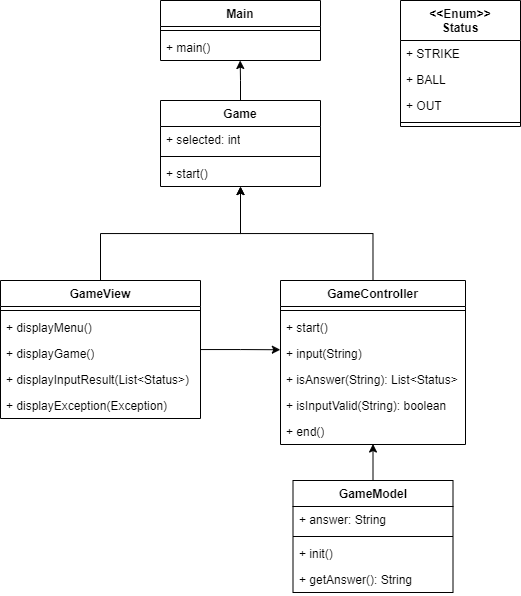
Before: read_me_img/lv2_class_diagram.png, a diagram exported from draw.io (Hae-Dal/NumberBaseball). Source tidied: cells renumbered, new cells last; positions are measured from the earlier drawing's top-left corner, leaving out a move shared by most shapes.
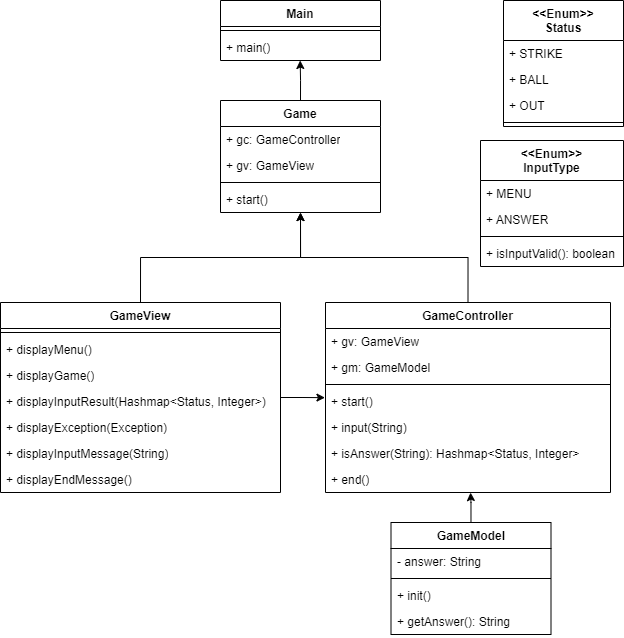
The same diagram one commit later.

Commit message:
변경 : lv2 클래스 다이어그램 변경, 구현 진행 상황 최신화

What changed in the source:
```diff
@@ -3,7 +3,7 @@
     <mxCell id="0" />
     <mxCell id="1" parent="0" />
     <mxCell id="2" value="Main" style="swimlane;fontStyle=1;align=center;verticalAlign=top;horizontal=1;startSize=26;whiteSpace=wrap;html=1;" parent="1" vertex="1">
-      <mxGeometry x="160" width="160" height="60" as="geometry" />
+      <mxGeometry x="80" y="-10" width="160" height="60" as="geometry" />
     </mxCell>
     <mxCell id="3" style="line;strokeWidth=1;fillColor=none;align=left;verticalAlign=middle;spacingTop=-1;spacingLeft=3;spacingRight=3;labelPosition=right;strokeColor=inherit;" parent="2" vertex="1">
       <mxGeometry y="26" width="160" height="8" as="geometry" />
@@ -12,47 +12,59 @@
       <mxGeometry y="34" width="160" height="26" as="geometry" />
     </mxCell>
     <mxCell id="5" value="Game" style="swimlane;fontStyle=1;align=center;verticalAlign=top;horizontal=1;startSize=26;whiteSpace=wrap;html=1;" parent="1" vertex="1">
-      <mxGeometry x="160" y="100" width="160" height="86" as="geometry" />
+      <mxGeometry x="80" y="90" width="160" height="112" as="geometry" />
     </mxCell>
-    <mxCell id="6" value="+ selected: int" style="text;strokeColor=none;fillColor=none;align=left;verticalAlign=top;spacingLeft=4;spacingRight=4;overflow=hidden;whiteSpace=wrap;html=1;" parent="5" vertex="1">
-      <mxGeometry y="26" width="160" height="26" as="geometry" />
-    </mxCell>
-    <mxCell id="7" style="line;strokeWidth=1;fillColor=none;align=left;verticalAlign=middle;spacingTop=-1;spacingLeft=3;spacingRight=3;labelPosition=right;strokeColor=inherit;" parent="5" vertex="1">
-      <mxGeometry y="52" width="160" height="8" as="geometry" />
-    </mxCell>
-    <mxCell id="8" value="+ start()" style="text;strokeColor=none;fillColor=none;align=left;verticalAlign=top;spacingLeft=4;spacingRight=4;overflow=hidden;points=[[0,0.5],[1,0.5]];portConstraint=eastwest;whiteSpace=wrap;html=1;" parent="5" vertex="1">
-      <mxGeometry y="60" width="160" height="26" as="geometry" />
-    </mxCell>
-    <mxCell id="9" style="edgeStyle=orthogonalEdgeStyle;rounded=0;jettySize=auto;html=1;entryX=-0.001;entryY=0.356;entryDx=0;entryDy=0;entryPerimeter=0;" parent="1" edge="1" source="10" target="24">
-      <mxGeometry relative="1" as="geometry" />
-    </mxCell>
+    <mxCell id="37" value="+ gc: GameController" style="text;strokeColor=none;fillColor=none;align=left;verticalAlign=top;spacingLeft=4;spacingRight=4;overflow=hidden;whiteSpace=wrap;html=1;" parent="5" vertex="1">
+      <mxGeometry y="26" width="160" height="26" as="geometry" />
+    </mxCell>
+    <mxCell id="38" value="+ gv: GameView" style="text;strokeColor=none;fillColor=none;align=left;verticalAlign=top;spacingLeft=4;spacingRight=4;overflow=hidden;whiteSpace=wrap;html=1;" parent="5" vertex="1">
+      <mxGeometry y="52" width="160" height="26" as="geometry" />
+    </mxCell>
+    <mxCell id="39" style="line;strokeWidth=1;fillColor=none;align=left;verticalAlign=middle;spacingTop=-1;spacingLeft=3;spacingRight=3;labelPosition=right;strokeColor=inherit;" parent="5" vertex="1">
+      <mxGeometry y="78" width="160" height="8" as="geometry" />
+    </mxCell>
+    <mxCell id="40" value="+ start()" style="text;strokeColor=none;fillColor=none;align=left;verticalAlign=top;spacingLeft=4;spacingRight=4;overflow=hidden;points=[[0,0.5],[1,0.5]];portConstraint=eastwest;whiteSpace=wrap;html=1;" parent="5" vertex="1">
+      <mxGeometry y="86" width="160" height="26" as="geometry" />
+    </mxCell>
+    <mxCell id="41" style="edgeStyle=orthogonalEdgeStyle;rounded=0;jettySize=auto;html=1;entryX=-0.002;entryY=0.352;entryDx=0;entryDy=0;entryPerimeter=0;" parent="1" edge="1" source="10" target="51">
+      <mxGeometry relative="1" as="geometry" />
+    </mxCell>
     <mxCell id="10" value="GameView" style="swimlane;fontStyle=1;align=center;verticalAlign=top;horizontal=1;startSize=26;whiteSpace=wrap;html=1;" parent="1" vertex="1">
-      <mxGeometry y="280" width="200" height="138" as="geometry" />
+      <mxGeometry x="-140" y="292" width="280" height="190" as="geometry" />
     </mxCell>
-    <mxCell id="11" style="line;strokeWidth=1;fillColor=none;align=left;verticalAlign=middle;spacingTop=-1;spacingLeft=3;spacingRight=3;labelPosition=right;strokeColor=inherit;" parent="10" vertex="1">
-      <mxGeometry y="26" width="200" height="8" as="geometry" />
-    </mxCell>
+    <mxCell id="42" style="line;strokeWidth=1;fillColor=none;align=left;verticalAlign=middle;spacingTop=-1;spacingLeft=3;spacingRight=3;labelPosition=right;strokeColor=inherit;" parent="10" vertex="1">
+      <mxGeometry y="26" width="280" height="8" as="geometry" />
+    </mxCell>
     <mxCell id="12" value="+ displayMenu()" style="text;strokeColor=none;fillColor=none;align=left;verticalAlign=top;spacingLeft=4;spacingRight=4;overflow=hidden;whiteSpace=wrap;html=1;" parent="10" vertex="1">
-      <mxGeometry y="34" width="200" height="26" as="geometry" />
+      <mxGeometry y="34" width="280" height="26" as="geometry" />
     </mxCell>
     <mxCell id="13" value="+ displayGame()" style="text;strokeColor=none;fillColor=none;align=left;verticalAlign=top;spacingLeft=4;spacingRight=4;overflow=hidden;whiteSpace=wrap;html=1;" parent="10" vertex="1">
-      <mxGeometry y="60" width="200" height="26" as="geometry" />
+      <mxGeometry y="60" width="280" height="26" as="geometry" />
     </mxCell>
-    <mxCell id="14" value="+ displayInputResult(List&amp;lt;Status&amp;gt;)" style="text;strokeColor=none;fillColor=none;align=left;verticalAlign=top;spacingLeft=4;spacingRight=4;overflow=hidden;whiteSpace=wrap;html=1;" parent="10" vertex="1">
-      <mxGeometry y="86" width="200" height="26" as="geometry" />
-    </mxCell>
+    <mxCell id="43" value="+ displayInputResult(Hashmap&amp;lt;Status, Integer&amp;gt;)" style="text;strokeColor=none;fillColor=none;align=left;verticalAlign=top;spacingLeft=4;spacingRight=4;overflow=hidden;whiteSpace=wrap;html=1;" parent="10" vertex="1">
+      <mxGeometry y="86" width="280" height="26" as="geometry" />
+    </mxCell>
     <mxCell id="15" value="+ displayException(Exception)" style="text;strokeColor=none;fillColor=none;align=left;verticalAlign=top;spacingLeft=4;spacingRight=4;overflow=hidden;whiteSpace=wrap;html=1;" parent="10" vertex="1">
-      <mxGeometry y="112" width="200" height="26" as="geometry" />
+      <mxGeometry y="112" width="280" height="26" as="geometry" />
     </mxCell>
+    <mxCell id="44" value="+ displayInputMessage(String)" style="text;strokeColor=none;fillColor=none;align=left;verticalAlign=top;spacingLeft=4;spacingRight=4;overflow=hidden;whiteSpace=wrap;html=1;" parent="10" vertex="1">
+      <mxGeometry y="138" width="280" height="26" as="geometry" />
+    </mxCell>
+    <mxCell id="45" value="+ displayEndMessage()" style="text;strokeColor=none;fillColor=none;align=left;verticalAlign=top;spacingLeft=4;spacingRight=4;overflow=hidden;whiteSpace=wrap;html=1;" parent="10" vertex="1">
+      <mxGeometry y="164" width="280" height="26" as="geometry" />
+    </mxCell>
+    <mxCell id="35" style="edgeStyle=orthogonalEdgeStyle;rounded=0;jettySize=auto;html=1;entryX=0.509;entryY=1.004;entryDx=0;entryDy=0;entryPerimeter=0;" parent="1" edge="1" source="16" target="27">
+      <mxGeometry relative="1" as="geometry" />
+    </mxCell>
     <mxCell id="16" value="GameModel" style="swimlane;fontStyle=1;align=center;verticalAlign=top;horizontal=1;startSize=26;whiteSpace=wrap;html=1;" parent="1" vertex="1">
-      <mxGeometry x="292.5" y="480" width="160" height="112" as="geometry" />
+      <mxGeometry x="250.5" y="512" width="160" height="112" as="geometry" />
     </mxCell>
-    <mxCell id="17" value="+ answer: String" style="text;strokeColor=none;fillColor=none;align=left;verticalAlign=top;spacingLeft=4;spacingRight=4;overflow=hidden;whiteSpace=wrap;html=1;" parent="16" vertex="1">
-      <mxGeometry y="26" width="160" height="26" as="geometry" />
-    </mxCell>
-    <mxCell id="18" style="line;strokeWidth=1;fillColor=none;align=left;verticalAlign=middle;spacingTop=-1;spacingLeft=3;spacingRight=3;labelPosition=right;strokeColor=inherit;" parent="16" vertex="1">
-      <mxGeometry y="52" width="160" height="8" as="geometry" />
-    </mxCell>
+    <mxCell id="46" value="- answer: String" style="text;strokeColor=none;fillColor=none;align=left;verticalAlign=top;spacingLeft=4;spacingRight=4;overflow=hidden;whiteSpace=wrap;html=1;" parent="16" vertex="1">
+      <mxGeometry y="26" width="160" height="26" as="geometry" />
+    </mxCell>
+    <mxCell id="47" style="line;strokeWidth=1;fillColor=none;align=left;verticalAlign=middle;spacingTop=-1;spacingLeft=3;spacingRight=3;labelPosition=right;strokeColor=inherit;" parent="16" vertex="1">
+      <mxGeometry y="52" width="160" height="8" as="geometry" />
+    </mxCell>
     <mxCell id="19" value="+ init()" style="text;strokeColor=none;fillColor=none;align=left;verticalAlign=top;spacingLeft=4;spacingRight=4;overflow=hidden;whiteSpace=wrap;html=1;" parent="16" vertex="1">
       <mxGeometry y="60" width="160" height="26" as="geometry" />
     </mxCell>
@@ -60,28 +72,31 @@
       <mxGeometry y="86" width="160" height="26" as="geometry" />
     </mxCell>
     <mxCell id="21" value="GameController" style="swimlane;fontStyle=1;align=center;verticalAlign=top;horizontal=1;startSize=26;whiteSpace=wrap;html=1;" parent="1" vertex="1">
-      <mxGeometry x="280" y="280" width="185" height="164" as="geometry" />
+      <mxGeometry x="185" y="292" width="285" height="190" as="geometry" />
     </mxCell>
-    <mxCell id="22" style="line;strokeWidth=1;fillColor=none;align=left;verticalAlign=middle;spacingTop=-1;spacingLeft=3;spacingRight=3;labelPosition=right;strokeColor=inherit;" parent="21" vertex="1">
-      <mxGeometry y="26" width="185" height="8" as="geometry" />
-    </mxCell>
-    <mxCell id="23" value="+ start()" style="text;strokeColor=none;fillColor=none;align=left;verticalAlign=top;spacingLeft=4;spacingRight=4;overflow=hidden;whiteSpace=wrap;html=1;" parent="21" vertex="1">
-      <mxGeometry y="34" width="185" height="26" as="geometry" />
-    </mxCell>
+    <mxCell id="48" value="+ gv: GameView" style="text;strokeColor=none;fillColor=none;align=left;verticalAlign=top;spacingLeft=4;spacingRight=4;overflow=hidden;whiteSpace=wrap;html=1;" parent="21" vertex="1">
+      <mxGeometry y="26" width="285" height="26" as="geometry" />
+    </mxCell>
+    <mxCell id="49" value="+ gm: GameModel" style="text;strokeColor=none;fillColor=none;align=left;verticalAlign=top;spacingLeft=4;spacingRight=4;overflow=hidden;whiteSpace=wrap;html=1;" parent="21" vertex="1">
+      <mxGeometry y="52" width="285" height="26" as="geometry" />
+    </mxCell>
+    <mxCell id="50" style="line;strokeWidth=1;fillColor=none;align=left;verticalAlign=middle;spacingTop=-1;spacingLeft=3;spacingRight=3;labelPosition=right;strokeColor=inherit;" parent="21" vertex="1">
+      <mxGeometry y="78" width="285" height="8" as="geometry" />
+    </mxCell>
+    <mxCell id="51" value="+ start()" style="text;strokeColor=none;fillColor=none;align=left;verticalAlign=top;spacingLeft=4;spacingRight=4;overflow=hidden;points=[[0,0.5],[1,0.5]];portConstraint=eastwest;whiteSpace=wrap;html=1;" parent="21" vertex="1">
+      <mxGeometry y="86" width="285" height="26" as="geometry" />
+    </mxCell>
     <mxCell id="24" value="+ input(String)" style="text;strokeColor=none;fillColor=none;align=left;verticalAlign=top;spacingLeft=4;spacingRight=4;overflow=hidden;points=[[0,0.5],[1,0.5]];portConstraint=eastwest;whiteSpace=wrap;html=1;" parent="21" vertex="1">
-      <mxGeometry y="60" width="185" height="26" as="geometry" />
+      <mxGeometry y="112" width="285" height="26" as="geometry" />
     </mxCell>
-    <mxCell id="25" value="+ isAnswer(String): List&amp;lt;Status&amp;gt;" style="text;strokeColor=none;fillColor=none;align=left;verticalAlign=top;spacingLeft=4;spacingRight=4;overflow=hidden;whiteSpace=wrap;html=1;" parent="21" vertex="1">
-      <mxGeometry y="86" width="185" height="26" as="geometry" />
-    </mxCell>
-    <mxCell id="26" value="+ isInputValid(String): boolean" style="text;strokeColor=none;fillColor=none;align=left;verticalAlign=top;spacingLeft=4;spacingRight=4;overflow=hidden;whiteSpace=wrap;html=1;" parent="21" vertex="1">
-      <mxGeometry y="112" width="185" height="26" as="geometry" />
-    </mxCell>
+    <mxCell id="52" value="+ isAnswer(String): Hashmap&amp;lt;Status, Integer&amp;gt;" style="text;strokeColor=none;fillColor=none;align=left;verticalAlign=top;spacingLeft=4;spacingRight=4;overflow=hidden;whiteSpace=wrap;html=1;" parent="21" vertex="1">
+      <mxGeometry y="138" width="285" height="26" as="geometry" />
+    </mxCell>
     <mxCell id="27" value="+ end()" style="text;strokeColor=none;fillColor=none;align=left;verticalAlign=top;spacingLeft=4;spacingRight=4;overflow=hidden;points=[[0,0.5],[1,0.5]];portConstraint=eastwest;whiteSpace=wrap;html=1;" parent="21" vertex="1">
-      <mxGeometry y="138" width="185" height="26" as="geometry" />
+      <mxGeometry y="164" width="285" height="26" as="geometry" />
     </mxCell>
     <mxCell id="28" value="&amp;lt;&amp;lt;Enum&amp;gt;&amp;gt;&lt;div&gt;Status&lt;/div&gt;" style="swimlane;fontStyle=1;align=center;verticalAlign=top;horizontal=1;startSize=40;whiteSpace=wrap;html=1;" parent="1" vertex="1">
-      <mxGeometry x="400" width="120" height="126" as="geometry" />
+      <mxGeometry x="363" y="-10" width="120" height="126" as="geometry" />
     </mxCell>
     <mxCell id="29" value="+ STRIKE" style="text;strokeColor=none;fillColor=none;align=left;verticalAlign=top;spacingLeft=4;spacingRight=4;overflow=hidden;whiteSpace=wrap;html=1;" parent="28" vertex="1">
       <mxGeometry y="40" width="120" height="26" as="geometry" />
@@ -98,14 +113,26 @@
     <mxCell id="33" style="edgeStyle=orthogonalEdgeStyle;rounded=0;jettySize=auto;html=1;exitX=0.5;exitY=0;exitDx=0;exitDy=0;entryX=0.5;entryY=1;entryDx=0;entryDy=0;" parent="1" edge="1" source="10" target="5">
       <mxGeometry relative="1" as="geometry" />
     </mxCell>
-    <mxCell id="34" style="edgeStyle=orthogonalEdgeStyle;rounded=0;jettySize=auto;html=1;exitX=0.5;exitY=0;exitDx=0;exitDy=0;entryX=0.5;entryY=1.004;entryDx=0;entryDy=0;entryPerimeter=0;" parent="1" edge="1" source="21" target="8">
-      <mxGeometry relative="1" as="geometry" />
-    </mxCell>
-    <mxCell id="35" style="edgeStyle=orthogonalEdgeStyle;rounded=0;jettySize=auto;html=1;exitX=0.5;exitY=0;exitDx=0;exitDy=0;entryX=0.5;entryY=0.982;entryDx=0;entryDy=0;entryPerimeter=0;" parent="1" edge="1" source="16" target="27">
-      <mxGeometry relative="1" as="geometry" />
-    </mxCell>
+    <mxCell id="53" style="edgeStyle=orthogonalEdgeStyle;rounded=0;jettySize=auto;html=1;exitX=0.5;exitY=0;exitDx=0;exitDy=0;entryX=0.5;entryY=1.004;entryDx=0;entryDy=0;entryPerimeter=0;" parent="1" edge="1" source="21" target="40">
+      <mxGeometry relative="1" as="geometry" />
+    </mxCell>
     <mxCell id="36" style="edgeStyle=orthogonalEdgeStyle;rounded=0;jettySize=auto;html=1;exitX=0.5;exitY=0;exitDx=0;exitDy=0;entryX=0.498;entryY=1;entryDx=0;entryDy=0;entryPerimeter=0;" parent="1" edge="1" source="5" target="4">
       <mxGeometry relative="1" as="geometry" />
     </mxCell>
+    <mxCell id="54" value="&amp;lt;&amp;lt;Enum&amp;gt;&amp;gt;&lt;div&gt;InputType&lt;/div&gt;" style="swimlane;fontStyle=1;align=center;verticalAlign=top;horizontal=1;startSize=40;whiteSpace=wrap;html=1;" parent="1" vertex="1">
+      <mxGeometry x="340" y="130" width="143" height="126" as="geometry" />
+    </mxCell>
+    <mxCell id="55" value="+ MENU" style="text;strokeColor=none;fillColor=none;align=left;verticalAlign=top;spacingLeft=4;spacingRight=4;overflow=hidden;whiteSpace=wrap;html=1;" parent="54" vertex="1">
+      <mxGeometry y="40" width="143" height="26" as="geometry" />
+    </mxCell>
+    <mxCell id="56" value="+ ANSWER" style="text;strokeColor=none;fillColor=none;align=left;verticalAlign=top;spacingLeft=4;spacingRight=4;overflow=hidden;whiteSpace=wrap;html=1;" parent="54" vertex="1">
+      <mxGeometry y="66" width="143" height="26" as="geometry" />
+    </mxCell>
+    <mxCell id="57" style="line;strokeWidth=1;fillColor=none;align=left;verticalAlign=middle;spacingTop=-1;spacingLeft=3;spacingRight=3;labelPosition=right;strokeColor=inherit;" parent="54" vertex="1">
+      <mxGeometry y="92" width="143" height="8" as="geometry" />
+    </mxCell>
+    <mxCell id="58" value="+ isInputValid(): boolean" style="text;strokeColor=none;fillColor=none;align=left;verticalAlign=top;spacingLeft=4;spacingRight=4;overflow=hidden;whiteSpace=wrap;html=1;" parent="54" vertex="1">
+      <mxGeometry y="100" width="143" height="26" as="geometry" />
+    </mxCell>
   </root>
 </mxGraphModel>
```
